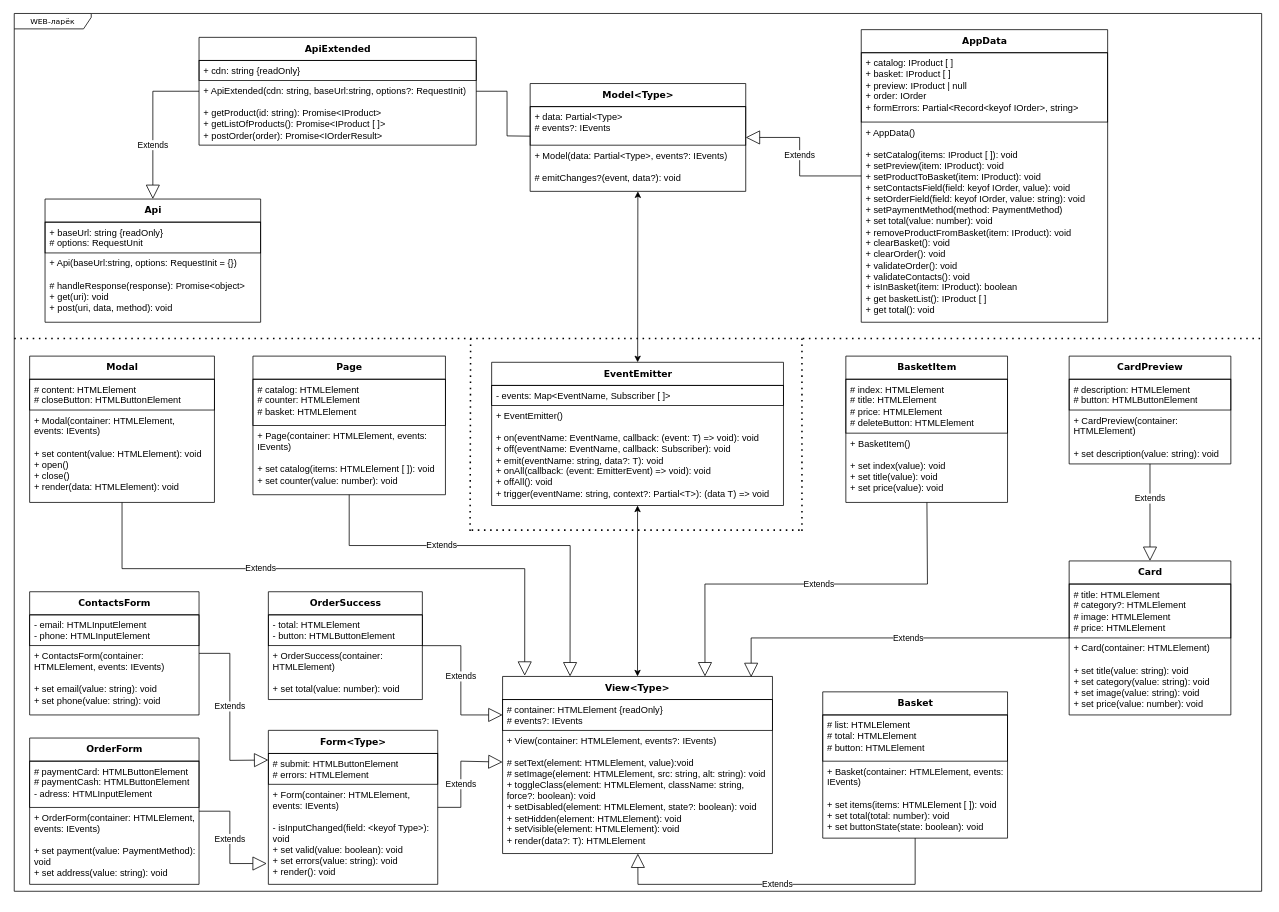
The draw.io diagram project-uml.drawio in Roman-Gaponov/web-larek-frontend, before the edit. Source tidied: cells renumbered, new cells numbered last; positions are measured from the earlier drawing's top-left corner, leaving out a move shared by most shapes. Both pictures are drawn from the tidied source at 77%, with x=0, y=0 at pixel (14, 13).
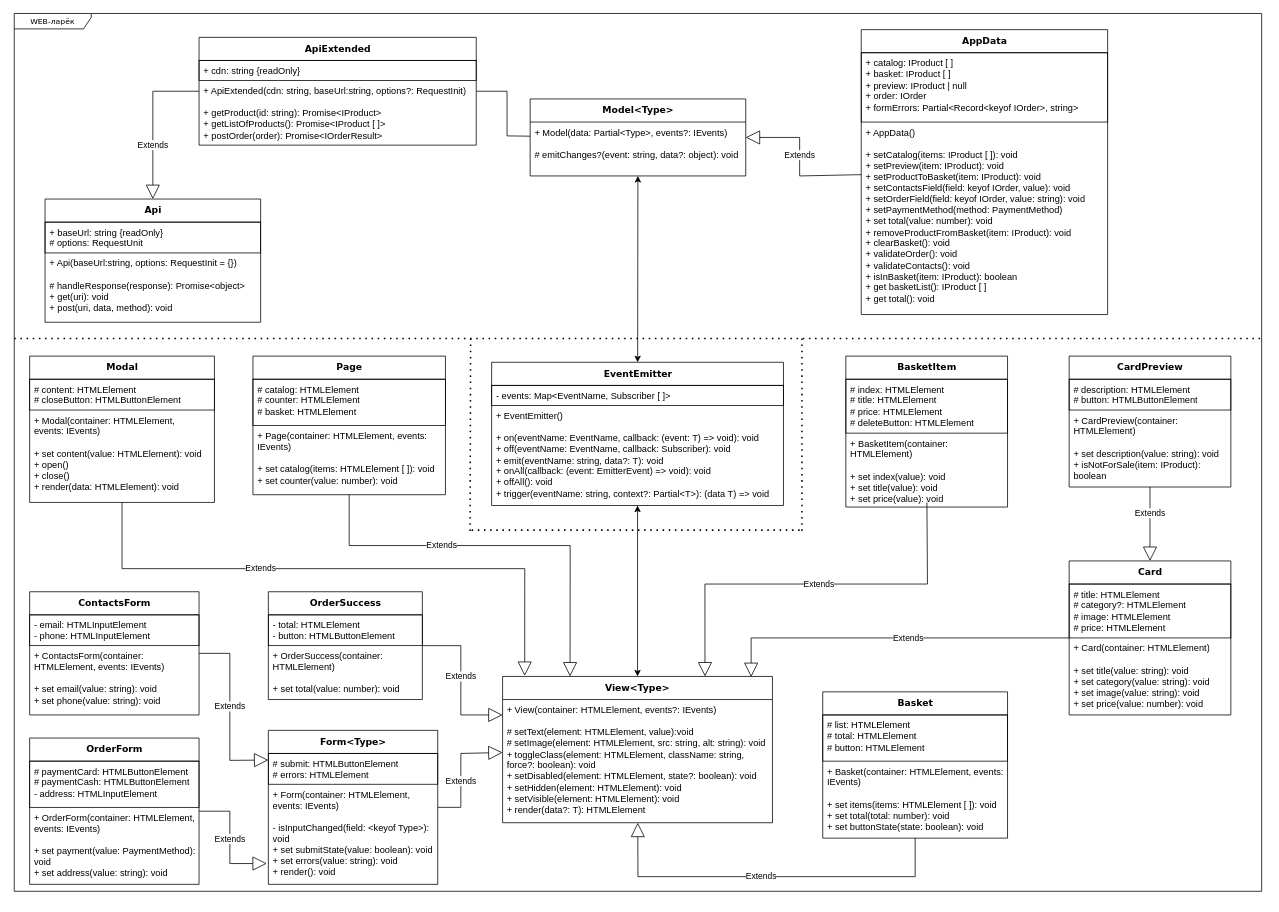
The same diagram, later.

Unchanged cells that the change refers to:
```xml
<mxCell id="27" value="&lt;b&gt;&lt;font style=&quot;font-size: 12px;&quot;&gt;OrderSuccess&lt;/font&gt;&lt;/b&gt;" style="swimlane;html=1;fontStyle=0;horizontal=1;startSize=30;fillColor=none;swimlaneFillColor=#ffffff;rounded=0;shadow=0;comic=0;labelBackgroundColor=none;strokeWidth=1;fontFamily=Verdana;fontSize=10;align=center;" parent="1" vertex="1">
  <mxGeometry x="330" y="751" width="200" height="140" as="geometry" />
</mxCell>
<mxCell id="30" value="&lt;b&gt;&lt;font style=&quot;font-size: 12px;&quot;&gt;Basket&lt;/font&gt;&lt;/b&gt;" style="swimlane;html=1;fontStyle=0;horizontal=1;startSize=30;fillColor=none;swimlaneFillColor=#ffffff;rounded=0;shadow=0;comic=0;labelBackgroundColor=none;strokeWidth=1;fontFamily=Verdana;fontSize=10;align=center;" parent="1" vertex="1">
  <mxGeometry x="1050" y="881" width="240" height="190" as="geometry" />
</mxCell>
<mxCell id="36" value="&lt;b&gt;&lt;font style=&quot;font-size: 12px;&quot;&gt;Form&amp;lt;Type&amp;gt;&lt;/font&gt;&lt;/b&gt;" style="swimlane;html=1;fontStyle=0;horizontal=1;startSize=30;fillColor=none;swimlaneFillColor=#ffffff;rounded=0;shadow=0;comic=0;labelBackgroundColor=none;strokeWidth=1;fontFamily=Verdana;fontSize=10;align=center;" parent="1" vertex="1">
  <mxGeometry x="330" y="931" width="220" height="200" as="geometry" />
</mxCell>
<mxCell id="39" value="&lt;b&gt;&lt;font style=&quot;font-size: 12px;&quot;&gt;OrderForm&lt;/font&gt;&lt;/b&gt;" style="swimlane;html=1;fontStyle=0;horizontal=1;startSize=30;fillColor=none;swimlaneFillColor=#ffffff;rounded=0;shadow=0;comic=0;labelBackgroundColor=none;strokeWidth=1;fontFamily=Verdana;fontSize=10;align=center;" parent="1" vertex="1">
  <mxGeometry x="20" y="941" width="220" height="190" as="geometry" />
</mxCell>
```

What changed in the source:
```diff
@@
     <mxCell id="6" value="&lt;b&gt;&lt;font style=&quot;font-size: 12px;&quot;&gt;Model&amp;lt;Type&amp;gt;&lt;/font&gt;&lt;/b&gt;" style="swimlane;html=1;fontStyle=0;horizontal=1;startSize=30;fillColor=none;swimlaneFillColor=#ffffff;rounded=0;shadow=0;comic=0;labelBackgroundColor=none;strokeWidth=1;fontFamily=Verdana;fontSize=10;align=center;" parent="1" vertex="1">
-      <mxGeometry x="670" y="91" width="280" height="140" as="geometry" />
+      <mxGeometry x="670" y="111" width="280" height="100" as="geometry" />
     </mxCell>
-    <mxCell id="7" value="&lt;div&gt;+ data: Partial&amp;lt;Type&amp;gt;&lt;/div&gt;&lt;div&gt;# events?: IEvents&lt;/div&gt;" style="text;html=1;strokeColor=default;fillColor=none;align=left;verticalAlign=top;spacingLeft=4;spacingRight=4;whiteSpace=wrap;overflow=hidden;" parent="6" vertex="1">
-      <mxGeometry y="30" width="280" height="50" as="geometry" />
-    </mxCell>
-    <mxCell id="8" value="&lt;div&gt;+ Model(data: Partial&amp;lt;Type&amp;gt;, events?: IEvents)&lt;/div&gt;&lt;div&gt;&lt;br&gt;&lt;/div&gt;&lt;div&gt;# emitChanges?(event, data?): void&lt;/div&gt;" style="text;html=1;strokeColor=none;fillColor=none;align=left;verticalAlign=top;spacingLeft=4;spacingRight=4;whiteSpace=wrap;overflow=hidden;" parent="6" vertex="1">
-      <mxGeometry y="80" width="280" height="60" as="geometry" />
+    <mxCell id="8" value="&lt;div&gt;+ Model(data: Partial&amp;lt;Type&amp;gt;, events?: IEvents)&lt;/div&gt;&lt;div&gt;&lt;br&gt;&lt;/div&gt;&lt;div&gt;# emitChanges?(event: string, data?: object): void&lt;/div&gt;" style="text;html=1;strokeColor=none;fillColor=none;align=left;verticalAlign=top;spacingLeft=4;spacingRight=4;whiteSpace=wrap;overflow=hidden;" parent="6" vertex="1">
+      <mxGeometry y="30" width="280" height="60" as="geometry" />
     </mxCell>
     <mxCell id="9" value="&lt;b&gt;&lt;font style=&quot;font-size: 12px;&quot;&gt;View&amp;lt;Type&amp;gt;&lt;/font&gt;&lt;/b&gt;" style="swimlane;html=1;fontStyle=0;horizontal=1;startSize=30;fillColor=none;swimlaneFillColor=#ffffff;rounded=0;shadow=0;comic=0;labelBackgroundColor=none;strokeWidth=1;fontFamily=Verdana;fontSize=10;align=center;" parent="1" vertex="1">
-      <mxGeometry x="634.2" y="861" width="350.5" height="230" as="geometry" />
+      <mxGeometry x="634.2" y="861" width="350.5" height="190" as="geometry" />
     </mxCell>
-    <mxCell id="10" value="&lt;div&gt;# container: HTMLElement {readOnly}&lt;/div&gt;&lt;div&gt;# events?: IEvents&lt;/div&gt;" style="text;html=1;strokeColor=default;fillColor=none;align=left;verticalAlign=top;spacingLeft=4;spacingRight=4;whiteSpace=wrap;overflow=hidden;points=[[0,0.5],[1,0.5]];portConstraint=eastwest;" parent="9" vertex="1">
-      <mxGeometry y="30" width="350.5" height="40" as="geometry" />
-    </mxCell>
     <mxCell id="11" value="&lt;div&gt;+ View(container: HTMLElement, events?: IEvents&lt;span style=&quot;background-color: transparent; color: light-dark(rgb(0, 0, 0), rgb(255, 255, 255));&quot;&gt;)&lt;/span&gt;&lt;/div&gt;&lt;div&gt;&lt;br&gt;&lt;/div&gt;&lt;div&gt;# setText(element:&amp;nbsp;&lt;span style=&quot;background-color: transparent; color: light-dark(rgb(0, 0, 0), rgb(255, 255, 255));&quot;&gt;HTMLElement&lt;/span&gt;&lt;span style=&quot;background-color: transparent; color: light-dark(rgb(0, 0, 0), rgb(255, 255, 255));&quot;&gt;, value):void&lt;/span&gt;&lt;/div&gt;&lt;div&gt;# setImage(element:&amp;nbsp;&lt;span style=&quot;color: light-dark(rgb(0, 0, 0), rgb(255, 255, 255)); background-color: transparent;&quot;&gt;HTMLElement&lt;/span&gt;&lt;span style=&quot;color: light-dark(rgb(0, 0, 0), rgb(255, 255, 255)); background-color: transparent;&quot;&gt;, src: string, alt: string): void&lt;/span&gt;&lt;span style=&quot;background-color: transparent; color: light-dark(rgb(0, 0, 0), rgb(255, 255, 255));&quot;&gt;&lt;/span&gt;&lt;/div&gt;&lt;div&gt;+ toggleClass(element: HTMLElement, className: string, force?: boolean): void&lt;span style=&quot;background-color: transparent; color: light-dark(rgb(0, 0, 0), rgb(255, 255, 255));&quot;&gt;&lt;/span&gt;&lt;/div&gt;&lt;div&gt;+ setDisabled(element:&amp;nbsp;&lt;span style=&quot;color: light-dark(rgb(0, 0, 0), rgb(255, 255, 255)); background-color: transparent;&quot;&gt;HTMLElement&lt;/span&gt;&lt;span style=&quot;color: light-dark(rgb(0, 0, 0), rgb(255, 255, 255)); background-color: transparent;&quot;&gt;, state?: boolean): void&lt;/span&gt;&lt;span style=&quot;background-color: transparent; color: light-dark(rgb(0, 0, 0), rgb(255, 255, 255));&quot;&gt;&lt;/span&gt;&lt;/div&gt;&lt;div&gt;&lt;span style=&quot;color: light-dark(rgb(0, 0, 0), rgb(255, 255, 255)); background-color: transparent;&quot;&gt;+ setHidden(&lt;/span&gt;&lt;span style=&quot;background-color: transparent; color: light-dark(rgb(0, 0, 0), rgb(255, 255, 255));&quot;&gt;element:&amp;nbsp;&lt;/span&gt;&lt;span style=&quot;background-color: transparent; color: light-dark(rgb(0, 0, 0), rgb(255, 255, 255));&quot;&gt;HTMLElement): void&lt;/span&gt;&lt;/div&gt;&lt;div&gt;&lt;span style=&quot;background-color: transparent; color: light-dark(rgb(0, 0, 0), rgb(255, 255, 255));&quot;&gt;+ setVisible(&lt;/span&gt;&lt;span style=&quot;background-color: transparent; color: light-dark(rgb(0, 0, 0), rgb(255, 255, 255));&quot;&gt;element:&amp;nbsp;&lt;/span&gt;&lt;span style=&quot;background-color: transparent; color: light-dark(rgb(0, 0, 0), rgb(255, 255, 255));&quot;&gt;HTMLElement): void&lt;/span&gt;&lt;/div&gt;&lt;div&gt;+ render(data?: T): HTMLElement&lt;/div&gt;" style="text;html=1;strokeColor=none;fillColor=none;align=left;verticalAlign=top;spacingLeft=4;spacingRight=4;whiteSpace=wrap;overflow=hidden;" parent="9" vertex="1">
-      <mxGeometry y="70" width="350.5" height="160" as="geometry" />
+      <mxGeometry y="30" width="350.5" height="160" as="geometry" />
     </mxCell>
@@
     <mxCell id="21" value="&lt;b&gt;&lt;font style=&quot;font-size: 12px;&quot;&gt;AppData&lt;/font&gt;&lt;/b&gt;" style="swimlane;html=1;fontStyle=0;horizontal=1;startSize=30;fillColor=none;swimlaneFillColor=#ffffff;rounded=0;shadow=0;comic=0;labelBackgroundColor=none;strokeWidth=1;fontFamily=Verdana;fontSize=10;align=center;" parent="1" vertex="1">
-      <mxGeometry x="1100" y="21" width="320" height="380" as="geometry" />
+      <mxGeometry x="1100" y="21" width="320" height="370" as="geometry" />
     </mxCell>
@@
-    <mxCell id="23" value="&lt;div&gt;+ AppData()&lt;/div&gt;&lt;div&gt;&lt;br&gt;&lt;/div&gt;&lt;div&gt;+ setCatalog(items: IProduct [ ]): void&lt;/div&gt;&lt;div&gt;+ setPreview(item: IProduct): void&lt;/div&gt;&lt;div&gt;+ setProductToBasket(item: IProduct): void&lt;/div&gt;&lt;div&gt;+ setContactsField(field: keyof IOrder, value): void&lt;/div&gt;&lt;div&gt;+ setOrderField(field: keyof IOrder, value: string): void&lt;/div&gt;&lt;div&gt;+ setPaymentMethod(method: PaymentMethod)&lt;/div&gt;&lt;div&gt;+ set total(value: number): void&lt;/div&gt;&lt;div&gt;+ removeProductFromBasket(item: IProduct): void&lt;/div&gt;&lt;div&gt;+ clearBasket(): void&lt;/div&gt;&lt;div&gt;+ clearOrder(): void&lt;/div&gt;&lt;div&gt;&lt;span style=&quot;background-color: transparent; color: light-dark(rgb(0, 0, 0), rgb(255, 255, 255));&quot;&gt;+ validateOrder(): void&lt;/span&gt;&lt;/div&gt;&lt;div&gt;+ validateContacts(): void&lt;/div&gt;&lt;div&gt;&lt;span style=&quot;background-color: transparent; color: light-dark(rgb(0, 0, 0), rgb(255, 255, 255));&quot;&gt;+ isInBasket(item: IProduct): boolean&lt;/span&gt;&lt;/div&gt;&lt;div&gt;+ get basketList(): IProduct [ ]&lt;/div&gt;&lt;div&gt;+ get total(): void&lt;/div&gt;" style="text;html=1;strokeColor=none;fillColor=none;align=left;verticalAlign=top;spacingLeft=4;spacingRight=4;whiteSpace=wrap;overflow=hidden;" parent="21" vertex="1">
-      <mxGeometry y="120" width="320" height="260" as="geometry" />
+    <mxCell id="23" value="&lt;div&gt;+ AppData()&lt;/div&gt;&lt;div&gt;&lt;br&gt;&lt;/div&gt;&lt;div&gt;+ setCatalog(items: IProduct [ ]): void&lt;/div&gt;&lt;div&gt;+ setPreview(item: IProduct): void&lt;/div&gt;&lt;div&gt;+ setProductToBasket(item: IProduct): void&lt;/div&gt;&lt;div&gt;+ setContactsField(field: keyof IOrder, value): void&lt;/div&gt;&lt;div&gt;+ setOrderField(field: keyof IOrder, value: string): void&lt;/div&gt;&lt;div&gt;+ setPaymentMethod(method: PaymentMethod)&lt;/div&gt;&lt;div&gt;+ set total(value: number): void&lt;/div&gt;&lt;div&gt;+ removeProductFromBasket(item: IProduct): void&lt;/div&gt;&lt;div&gt;+ clearBasket(): void&lt;/div&gt;&lt;div&gt;&lt;span style=&quot;background-color: transparent; color: light-dark(rgb(0, 0, 0), rgb(255, 255, 255));&quot;&gt;+ validateOrder(): void&lt;/span&gt;&lt;/div&gt;&lt;div&gt;+ validateContacts(): void&lt;/div&gt;&lt;div&gt;&lt;span style=&quot;background-color: transparent; color: light-dark(rgb(0, 0, 0), rgb(255, 255, 255));&quot;&gt;+ isInBasket(item: IProduct): boolean&lt;/span&gt;&lt;/div&gt;&lt;div&gt;+ get basketList(): IProduct [ ]&lt;/div&gt;&lt;div&gt;+ get total(): void&lt;/div&gt;" style="text;html=1;strokeColor=none;fillColor=none;align=left;verticalAlign=top;spacingLeft=4;spacingRight=4;whiteSpace=wrap;overflow=hidden;" parent="21" vertex="1">
+      <mxGeometry y="120" width="320" height="250" as="geometry" />
     </mxCell>
@@
-    <mxCell id="38" value="&lt;div&gt;+ Form(&lt;span style=&quot;background-color: transparent; color: light-dark(rgb(0, 0, 0), rgb(255, 255, 255));&quot;&gt;container: HTMLElement, events: IEvents&lt;/span&gt;&lt;span style=&quot;background-color: transparent; color: light-dark(rgb(0, 0, 0), rgb(255, 255, 255));&quot;&gt;)&lt;/span&gt;&lt;/div&gt;&lt;div&gt;&lt;br&gt;&lt;/div&gt;&lt;div&gt;- isInputChanged(field: &amp;lt;keyof Type&amp;gt;): void&lt;/div&gt;&lt;div&gt;+ set valid(value: boolean): void&lt;/div&gt;&lt;div&gt;+ set errors(value: string): void&lt;/div&gt;&lt;div&gt;+ render(): void&lt;/div&gt;" style="text;html=1;strokeColor=none;fillColor=none;align=left;verticalAlign=top;spacingLeft=4;spacingRight=4;whiteSpace=wrap;overflow=hidden;points=[[0,0.5],[1,0.5]];portConstraint=eastwest;" parent="36" vertex="1">
+    <mxCell id="38" value="&lt;div&gt;+ Form(&lt;span style=&quot;background-color: transparent; color: light-dark(rgb(0, 0, 0), rgb(255, 255, 255));&quot;&gt;container: HTMLElement, events: IEvents&lt;/span&gt;&lt;span style=&quot;background-color: transparent; color: light-dark(rgb(0, 0, 0), rgb(255, 255, 255));&quot;&gt;)&lt;/span&gt;&lt;/div&gt;&lt;div&gt;&lt;br&gt;&lt;/div&gt;&lt;div&gt;- isInputChanged(field: &amp;lt;keyof Type&amp;gt;): void&lt;/div&gt;&lt;div&gt;+ set submitState(value: boolean): void&lt;/div&gt;&lt;div&gt;+ set errors(value: string): void&lt;/div&gt;&lt;div&gt;+ render(): void&lt;/div&gt;" style="text;html=1;strokeColor=none;fillColor=none;align=left;verticalAlign=top;spacingLeft=4;spacingRight=4;whiteSpace=wrap;overflow=hidden;points=[[0,0.5],[1,0.5]];portConstraint=eastwest;" parent="36" vertex="1">
       <mxGeometry y="70" width="220" height="120" as="geometry" />
     </mxCell>
@@
-    <mxCell id="40" value="&lt;div&gt;# paymentCard: HTMLButtonElement&lt;/div&gt;&lt;div&gt;# paymentCash: HTMLButtonElement&lt;/div&gt;&lt;div&gt;- adress: HTMLInputElement&lt;/div&gt;" style="text;html=1;strokeColor=default;fillColor=none;align=left;verticalAlign=top;spacingLeft=4;spacingRight=4;whiteSpace=wrap;overflow=hidden;" parent="39" vertex="1">
+    <mxCell id="40" value="&lt;div&gt;# paymentCard: HTMLButtonElement&lt;/div&gt;&lt;div&gt;# paymentCash: HTMLButtonElement&lt;/div&gt;&lt;div&gt;- address: HTMLInputElement&lt;/div&gt;" style="text;html=1;strokeColor=default;fillColor=none;align=left;verticalAlign=top;spacingLeft=4;spacingRight=4;whiteSpace=wrap;overflow=hidden;" parent="39" vertex="1">
       <mxGeometry y="30" width="220" height="60" as="geometry" />
     </mxCell>
@@
     <mxCell id="48" value="&lt;b&gt;&lt;font style=&quot;font-size: 12px;&quot;&gt;CardPreview&lt;/font&gt;&lt;/b&gt;" style="swimlane;html=1;fontStyle=0;horizontal=1;startSize=30;fillColor=none;swimlaneFillColor=#ffffff;rounded=0;shadow=0;comic=0;labelBackgroundColor=none;strokeWidth=1;fontFamily=Verdana;fontSize=10;align=center;" parent="1" vertex="1">
-      <mxGeometry x="1370" y="445" width="210" height="140" as="geometry" />
+      <mxGeometry x="1370" y="445" width="210" height="170" as="geometry" />
     </mxCell>
@@
-    <mxCell id="50" value="&lt;div&gt;+ CardPreview(&lt;span style=&quot;background-color: transparent; color: light-dark(rgb(0, 0, 0), rgb(255, 255, 255));&quot;&gt;container: HTMLElement&lt;/span&gt;&lt;span style=&quot;background-color: transparent; color: light-dark(rgb(0, 0, 0), rgb(255, 255, 255));&quot;&gt;)&lt;/span&gt;&lt;/div&gt;&lt;div&gt;&lt;br&gt;&lt;/div&gt;&lt;div&gt;+ set description(value: string): void&lt;/div&gt;" style="text;html=1;strokeColor=none;fillColor=none;align=left;verticalAlign=top;spacingLeft=4;spacingRight=4;whiteSpace=wrap;overflow=hidden;" parent="48" vertex="1">
-      <mxGeometry y="70" width="210" height="70" as="geometry" />
+    <mxCell id="50" value="&lt;div&gt;+ CardPreview(&lt;span style=&quot;background-color: transparent; color: light-dark(rgb(0, 0, 0), rgb(255, 255, 255));&quot;&gt;container: HTMLElement&lt;/span&gt;&lt;span style=&quot;background-color: transparent; color: light-dark(rgb(0, 0, 0), rgb(255, 255, 255));&quot;&gt;)&lt;/span&gt;&lt;/div&gt;&lt;div&gt;&lt;br&gt;&lt;/div&gt;&lt;div&gt;+ set description(value: string): void&lt;/div&gt;&lt;div&gt;+ isNotForSale(item: IProduct): boolean&lt;/div&gt;" style="text;html=1;strokeColor=none;fillColor=none;align=left;verticalAlign=top;spacingLeft=4;spacingRight=4;whiteSpace=wrap;overflow=hidden;" parent="48" vertex="1">
+      <mxGeometry y="70" width="210" height="100" as="geometry" />
     </mxCell>
     <mxCell id="51" value="&lt;b&gt;&lt;font style=&quot;font-size: 12px;&quot;&gt;BasketItem&lt;/font&gt;&lt;/b&gt;" style="swimlane;html=1;fontStyle=0;horizontal=1;startSize=30;fillColor=none;swimlaneFillColor=#ffffff;rounded=0;shadow=0;comic=0;labelBackgroundColor=none;strokeWidth=1;fontFamily=Verdana;fontSize=10;align=center;" parent="1" vertex="1">
-      <mxGeometry x="1080" y="445" width="210" height="190" as="geometry" />
+      <mxGeometry x="1080" y="445" width="210" height="196" as="geometry" />
     </mxCell>
@@
-    <mxCell id="53" value="&lt;div&gt;+ BasketItem()&lt;/div&gt;&lt;div&gt;&lt;br&gt;&lt;/div&gt;&lt;div&gt;+ set index(value): void&lt;/div&gt;&lt;div&gt;+ set title(value): void&lt;/div&gt;&lt;div&gt;+ set price(value): void&lt;/div&gt;" style="text;html=1;strokeColor=none;fillColor=none;align=left;verticalAlign=top;spacingLeft=4;spacingRight=4;whiteSpace=wrap;overflow=hidden;points=[[0,0.5],[1,0.5]];portConstraint=eastwest;" parent="51" vertex="1">
+    <mxCell id="53" value="&lt;div&gt;+ BasketItem(&lt;span style=&quot;background-color: transparent; color: light-dark(rgb(0, 0, 0), rgb(255, 255, 255));&quot;&gt;container: HTMLElement&lt;/span&gt;&lt;span style=&quot;background-color: transparent; color: light-dark(rgb(0, 0, 0), rgb(255, 255, 255));&quot;&gt;)&lt;/span&gt;&lt;/div&gt;&lt;div&gt;&lt;br&gt;&lt;/div&gt;&lt;div&gt;+ set index(value): void&lt;/div&gt;&lt;div&gt;+ set title(value): void&lt;/div&gt;&lt;div&gt;+ set price(value): void&lt;/div&gt;" style="text;html=1;strokeColor=none;fillColor=none;align=left;verticalAlign=top;spacingLeft=4;spacingRight=4;whiteSpace=wrap;overflow=hidden;points=[[0,0.5],[1,0.5]];portConstraint=eastwest;" parent="51" vertex="1">
       <mxGeometry y="100" width="210" height="90" as="geometry" />
     </mxCell>
@@
     <mxCell id="60" value="Extends" style="endArrow=block;endSize=16;endFill=0;html=1;rounded=0;" parent="1" edge="1" source="30" target="9">
       <mxGeometry x="0.04" relative="1" as="geometry">
         <Array as="points">
-          <mxPoint x="1170" y="1131" />
-          <mxPoint x="810" y="1131" />
+          <mxPoint x="1170" y="1121" />
+          <mxPoint x="810" y="1121" />
         </Array>
       </mxGeometry>
     </mxCell>
@@
     <mxCell id="66" value="Extends" style="endArrow=block;endSize=16;endFill=0;html=1;rounded=0;" parent="1" edge="1" source="36" target="9">
       <mxGeometry x="-0.17" relative="1" as="geometry">
         <Array as="points">
           <mxPoint x="580" y="1031" />
-          <mxPoint x="580" y="971" />
+          <mxPoint x="580" y="961" />
         </Array>
       </mxGeometry>
     </mxCell>
-    <mxCell id="67" value="Extends" style="endArrow=block;endSize=16;endFill=0;html=1;rounded=0;entryX=0;entryY=0.5;entryDx=0;entryDy=0;" parent="1" edge="1" source="27" target="10">
+    <mxCell id="67" value="Extends" style="endArrow=block;endSize=16;endFill=0;html=1;rounded=0;entryX=0;entryY=0.5;entryDx=0;entryDy=0;" parent="1" edge="1" source="27">
       <mxGeometry x="-0.07" relative="1" as="geometry">
+        <mxPoint x="634.2" y="911" as="targetPoint" />
         <Array as="points">
           <mxPoint x="580" y="821" />
           <mxPoint x="580" y="911" />
         </Array>
       </mxGeometry>
     </mxCell>
```
